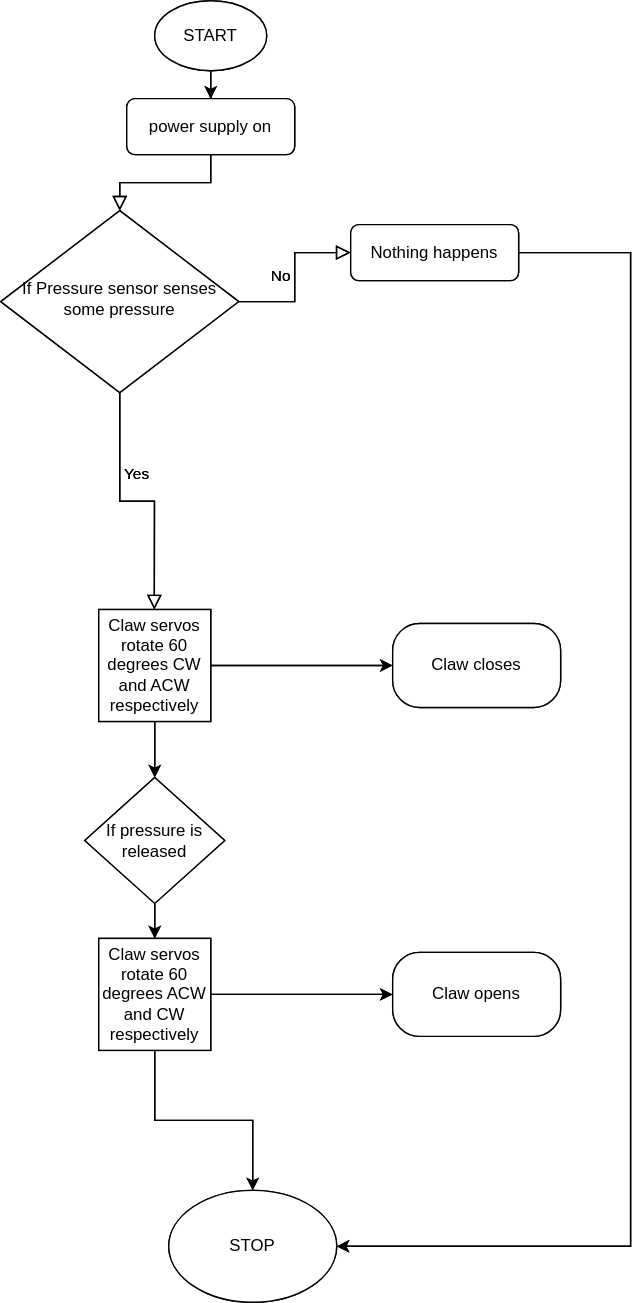
This is FlowCharts/pressureSensor_flowchart.svg from M-Division-2020-2021-Even/Repo_16, a draw.io export, as it was before one commit. Source tidied: cells renumbered, new cells last; positions are measured from the earlier drawing's top-left corner, leaving out a move shared by most shapes.
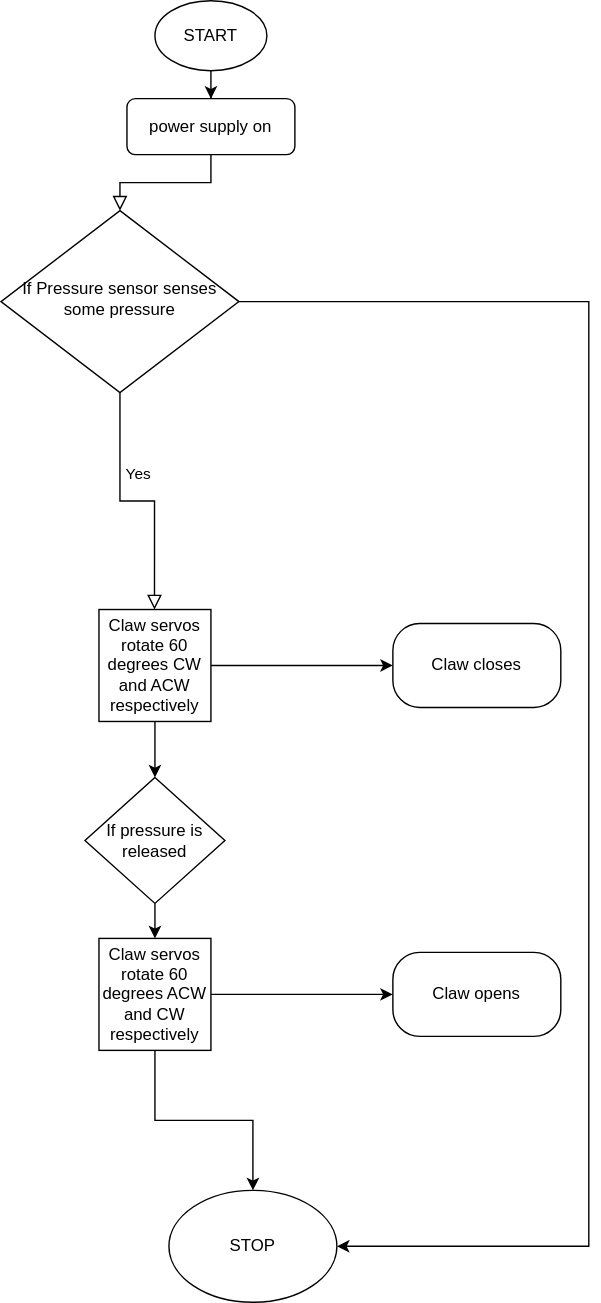
After the commit.

The edit, as a diff of the source:
```diff
@@ -13,26 +13,20 @@
         <mxPoint x="109.7" y="435" as="targetPoint" />
       </mxGeometry>
     </mxCell>
-    <mxCell id="5" value="No" style="edgeStyle=orthogonalEdgeStyle;rounded=0;html=1;jettySize=auto;fontSize=11;endArrow=block;endFill=0;endSize=8;strokeWidth=1;shadow=0;labelBackgroundColor=none;" parent="1" edge="1" source="7" target="9">
-      <mxGeometry y="10" relative="1" as="geometry" />
-    </mxCell>
     <mxCell id="6" style="edgeStyle=orthogonalEdgeStyle;rounded=0;orthogonalLoop=1;jettySize=auto;html=1;exitX=0.5;exitY=0;exitDx=0;exitDy=0;entryX=0.5;entryY=0;entryDx=0;entryDy=0;" parent="1" edge="1" source="7" target="7">
       <mxGeometry relative="1" as="geometry" />
     </mxCell>
+    <mxCell id="44" style="edgeStyle=orthogonalEdgeStyle;rounded=0;jettySize=auto;html=1;entryX=1;entryY=0.5;entryDx=0;entryDy=0;" parent="1" edge="1" source="7" target="22">
+      <mxGeometry relative="1" as="geometry">
+        <Array as="points">
+          <mxPoint x="420" y="215" />
+          <mxPoint x="420" y="890" />
+        </Array>
+      </mxGeometry>
+    </mxCell>
     <mxCell id="7" value="If Pressure sensor senses some pressure" style="rhombus;whiteSpace=wrap;html=1;shadow=0;fontFamily=Helvetica;fontSize=12;align=center;strokeWidth=1;spacing=6;spacingTop=-4;" parent="1" vertex="1">
       <mxGeometry y="150" width="170" height="130" as="geometry" />
     </mxCell>
-    <mxCell id="8" style="edgeStyle=orthogonalEdgeStyle;rounded=0;jettySize=auto;html=1;entryX=1;entryY=0.5;entryDx=0;entryDy=0;" parent="1" edge="1" source="9" target="22">
-      <mxGeometry relative="1" as="geometry">
-        <Array as="points">
-          <mxPoint x="450" y="180" />
-          <mxPoint x="450" y="890" />
-        </Array>
-      </mxGeometry>
-    </mxCell>
-    <mxCell id="9" value="Nothing happens" style="rounded=1;whiteSpace=wrap;html=1;fontSize=12;glass=0;strokeWidth=1;shadow=0;" parent="1" vertex="1">
-      <mxGeometry x="250" y="160" width="120" height="40" as="geometry" />
-    </mxCell>
     <mxCell id="10" style="edgeStyle=orthogonalEdgeStyle;rounded=0;jettySize=auto;html=1;" parent="1" edge="1" source="11" target="3">
       <mxGeometry relative="1" as="geometry" />
     </mxCell>
@@ -72,75 +66,5 @@
     <mxCell id="22" value="STOP" style="ellipse;whiteSpace=wrap;html=1;" parent="1" vertex="1">
       <mxGeometry x="120" y="850" width="120" height="80" as="geometry" />
     </mxCell>
-    <mxCell id="23" style="rounded=0;html=1;jettySize=auto;fontSize=11;endArrow=block;endFill=0;endSize=8;strokeWidth=1;shadow=0;labelBackgroundColor=none;edgeStyle=orthogonalEdgeStyle;" parent="1" edge="1" source="24" target="28">
-      <mxGeometry relative="1" as="geometry" />
-    </mxCell>
-    <mxCell id="24" value="power supply on" style="rounded=1;whiteSpace=wrap;html=1;fontSize=12;glass=0;strokeWidth=1;shadow=0;" parent="1" vertex="1">
-      <mxGeometry x="90" y="70" width="120" height="40" as="geometry" />
-    </mxCell>
-    <mxCell id="25" value="Yes" style="rounded=0;html=1;jettySize=auto;fontSize=11;endArrow=block;endFill=0;endSize=8;strokeWidth=1;shadow=0;labelBackgroundColor=none;edgeStyle=orthogonalEdgeStyle;entryX=0.414;entryY=-0.1;entryDx=0;entryDy=0;entryPerimeter=0;" parent="1" edge="1" source="28">
-      <mxGeometry y="20" relative="1" as="geometry">
-        <mxPoint x="109.7" y="435" as="targetPoint" />
-      </mxGeometry>
-    </mxCell>
-    <mxCell id="26" value="No" style="edgeStyle=orthogonalEdgeStyle;rounded=0;html=1;jettySize=auto;fontSize=11;endArrow=block;endFill=0;endSize=8;strokeWidth=1;shadow=0;labelBackgroundColor=none;" parent="1" edge="1" source="28" target="30">
-      <mxGeometry y="10" relative="1" as="geometry" />
-    </mxCell>
-    <mxCell id="27" style="edgeStyle=orthogonalEdgeStyle;rounded=0;orthogonalLoop=1;jettySize=auto;html=1;exitX=0.5;exitY=0;exitDx=0;exitDy=0;entryX=0.5;entryY=0;entryDx=0;entryDy=0;" parent="1" edge="1" source="28" target="28">
-      <mxGeometry relative="1" as="geometry" />
-    </mxCell>
-    <mxCell id="28" value="If Pressure sensor senses some pressure" style="rhombus;whiteSpace=wrap;html=1;shadow=0;fontFamily=Helvetica;fontSize=12;align=center;strokeWidth=1;spacing=6;spacingTop=-4;" parent="1" vertex="1">
-      <mxGeometry y="150" width="170" height="130" as="geometry" />
-    </mxCell>
-    <mxCell id="29" style="edgeStyle=orthogonalEdgeStyle;rounded=0;jettySize=auto;html=1;entryX=1;entryY=0.5;entryDx=0;entryDy=0;" parent="1" edge="1" source="30" target="43">
-      <mxGeometry relative="1" as="geometry">
-        <Array as="points">
-          <mxPoint x="450" y="180" />
-          <mxPoint x="450" y="890" />
-        </Array>
-      </mxGeometry>
-    </mxCell>
-    <mxCell id="30" value="Nothing happens" style="rounded=1;whiteSpace=wrap;html=1;fontSize=12;glass=0;strokeWidth=1;shadow=0;" parent="1" vertex="1">
-      <mxGeometry x="250" y="160" width="120" height="40" as="geometry" />
-    </mxCell>
-    <mxCell id="31" style="edgeStyle=orthogonalEdgeStyle;rounded=0;jettySize=auto;html=1;" parent="1" edge="1" source="32" target="24">
-      <mxGeometry relative="1" as="geometry" />
-    </mxCell>
-    <mxCell id="32" value="START" style="ellipse;whiteSpace=wrap;html=1;" parent="1" vertex="1">
-      <mxGeometry x="110" width="80" height="50" as="geometry" />
-    </mxCell>
-    <mxCell id="33" value="Claw closes" style="rounded=1;whiteSpace=wrap;html=1;arcSize=32;" parent="1" vertex="1">
-      <mxGeometry x="280" y="445" width="120" height="60" as="geometry" />
-    </mxCell>
-    <mxCell id="34" style="edgeStyle=orthogonalEdgeStyle;rounded=0;jettySize=auto;html=1;entryX=0.5;entryY=0;entryDx=0;entryDy=0;" parent="1" edge="1" source="36" target="38">
-      <mxGeometry relative="1" as="geometry" />
-    </mxCell>
-    <mxCell id="35" style="edgeStyle=orthogonalEdgeStyle;rounded=0;jettySize=auto;html=1;entryX=0;entryY=0.5;entryDx=0;entryDy=0;" parent="1" edge="1" source="36" target="33">
-      <mxGeometry relative="1" as="geometry" />
-    </mxCell>
-    <mxCell id="36" value="&lt;span&gt;Claw servos rotate 60 degrees CW and ACW respectively&lt;/span&gt;" style="whiteSpace=wrap;html=1;" parent="1" vertex="1">
-      <mxGeometry x="70" y="435" width="80" height="80" as="geometry" />
-    </mxCell>
-    <mxCell id="37" style="edgeStyle=orthogonalEdgeStyle;rounded=0;jettySize=auto;html=1;exitX=0.5;exitY=1;exitDx=0;exitDy=0;entryX=0.5;entryY=0;entryDx=0;entryDy=0;" parent="1" edge="1" source="38" target="41">
-      <mxGeometry relative="1" as="geometry" />
-    </mxCell>
-    <mxCell id="38" value="If pressure is released" style="rhombus;whiteSpace=wrap;html=1;" parent="1" vertex="1">
-      <mxGeometry x="60" y="555" width="100" height="90" as="geometry" />
-    </mxCell>
-    <mxCell id="39" style="edgeStyle=orthogonalEdgeStyle;rounded=0;jettySize=auto;html=1;" parent="1" edge="1" source="41" target="42">
-      <mxGeometry relative="1" as="geometry" />
-    </mxCell>
-    <mxCell id="40" style="edgeStyle=orthogonalEdgeStyle;rounded=0;jettySize=auto;html=1;entryX=0.5;entryY=0;entryDx=0;entryDy=0;" parent="1" edge="1" source="41" target="43">
-      <mxGeometry relative="1" as="geometry" />
-    </mxCell>
-    <mxCell id="41" value="&lt;span&gt;Claw servos rotate 60 degrees ACW and CW respectively&lt;/span&gt;" style="whiteSpace=wrap;html=1;" parent="1" vertex="1">
-      <mxGeometry x="70" y="670" width="80" height="80" as="geometry" />
-    </mxCell>
-    <mxCell id="42" value="Claw opens" style="rounded=1;whiteSpace=wrap;html=1;arcSize=32;" parent="1" vertex="1">
-      <mxGeometry x="280" y="680" width="120" height="60" as="geometry" />
-    </mxCell>
-    <mxCell id="43" value="STOP" style="ellipse;whiteSpace=wrap;html=1;" parent="1" vertex="1">
-      <mxGeometry x="120" y="850" width="120" height="80" as="geometry" />
-    </mxCell>
   </root>
 </mxGraphModel>
```
